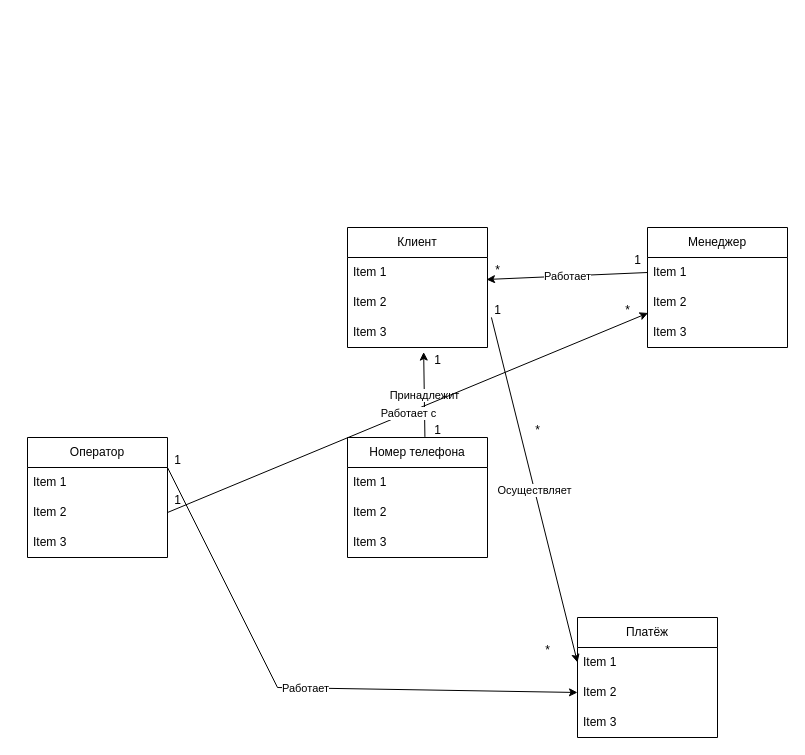
Earlier version of the draw.io diagram Диаграмма без названия.drawio (Esternit/DBHomework). Source tidied: cells renumbered, new cells numbered last; positions are measured from the earlier drawing's top-left corner, leaving out a move shared by most shapes. Both pictures are drawn from the tidied source at 100%, with x=0, y=0 at pixel (27, 227).
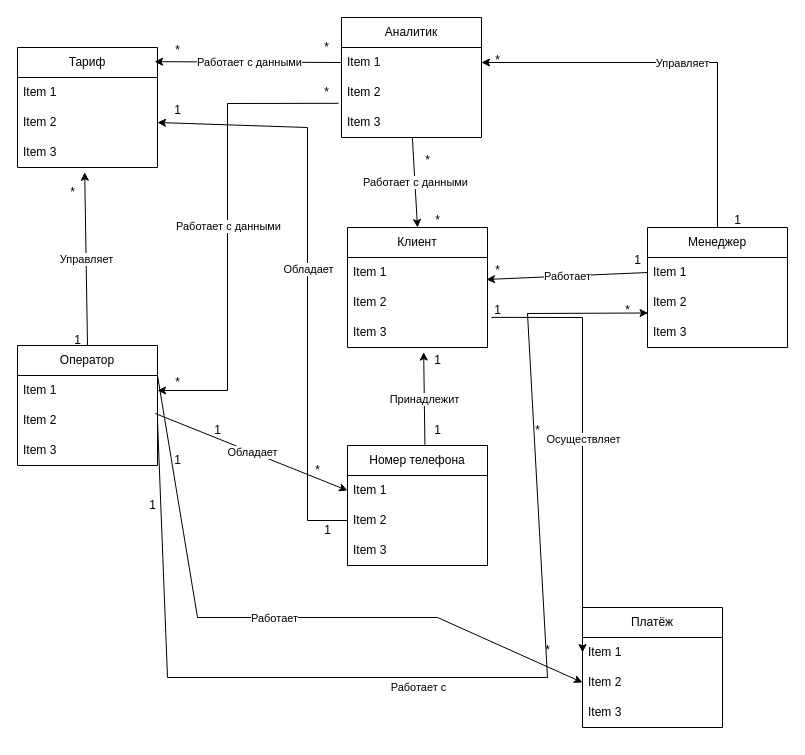
The same diagram, later.

The change refers to these unchanged cells:
```xml
<mxCell id="2" value="Клиент" style="swimlane;fontStyle=0;horizontal=1;startSize=30;whiteSpace=wrap;html=1;" parent="1" vertex="1">
  <mxGeometry x="320" width="140" height="120" as="geometry" />
</mxCell>
<mxCell id="5" value="Item 3" style="text;strokeColor=none;fillColor=none;align=left;verticalAlign=middle;spacingLeft=4;spacingRight=4;overflow=hidden;points=[[0,0.5],[1,0.5]];portConstraint=eastwest;whiteSpace=wrap;html=1;" parent="2" vertex="1">
  <mxGeometry y="90" width="140" height="30" as="geometry" />
</mxCell>
<mxCell id="6" value="Менеджер" style="swimlane;fontStyle=0;horizontal=1;startSize=30;whiteSpace=wrap;html=1;" parent="1" vertex="1">
  <mxGeometry x="620" width="140" height="120" as="geometry" />
</mxCell>
<mxCell id="8" value="Item 2" style="text;strokeColor=none;fillColor=none;align=left;verticalAlign=middle;spacingLeft=4;spacingRight=4;overflow=hidden;points=[[0,0.5],[1,0.5]];portConstraint=eastwest;whiteSpace=wrap;html=1;" parent="6" vertex="1">
  <mxGeometry y="60" width="140" height="30" as="geometry" />
</mxCell>
<mxCell id="15" value="Item 1" style="text;strokeColor=none;fillColor=none;align=left;verticalAlign=middle;spacingLeft=4;spacingRight=4;overflow=hidden;points=[[0,0.5],[1,0.5]];portConstraint=eastwest;whiteSpace=wrap;html=1;" parent="14" vertex="1">
  <mxGeometry y="30" width="140" height="30" as="geometry" />
</mxCell>
<mxCell id="16" value="Item 2" style="text;strokeColor=none;fillColor=none;align=left;verticalAlign=middle;spacingLeft=4;spacingRight=4;overflow=hidden;points=[[0,0.5],[1,0.5]];portConstraint=eastwest;whiteSpace=wrap;html=1;" parent="14" vertex="1">
  <mxGeometry y="60" width="140" height="30" as="geometry" />
</mxCell>
<mxCell id="23" value="Item 1" style="text;strokeColor=none;fillColor=none;align=left;verticalAlign=middle;spacingLeft=4;spacingRight=4;overflow=hidden;points=[[0,0.5],[1,0.5]];portConstraint=eastwest;whiteSpace=wrap;html=1;" parent="22" vertex="1">
  <mxGeometry y="30" width="140" height="30" as="geometry" />
</mxCell>
<mxCell id="24" value="Item 2" style="text;strokeColor=none;fillColor=none;align=left;verticalAlign=middle;spacingLeft=4;spacingRight=4;overflow=hidden;points=[[0,0.5],[1,0.5]];portConstraint=eastwest;whiteSpace=wrap;html=1;" parent="22" vertex="1">
  <mxGeometry y="60" width="140" height="30" as="geometry" />
</mxCell>
<mxCell id="31" value="Item 1" style="text;strokeColor=none;fillColor=none;align=left;verticalAlign=middle;spacingLeft=4;spacingRight=4;overflow=hidden;points=[[0,0.5],[1,0.5]];portConstraint=eastwest;whiteSpace=wrap;html=1;" parent="30" vertex="1">
  <mxGeometry y="30" width="140" height="30" as="geometry" />
</mxCell>
<mxCell id="32" value="Item 2" style="text;strokeColor=none;fillColor=none;align=left;verticalAlign=middle;spacingLeft=4;spacingRight=4;overflow=hidden;points=[[0,0.5],[1,0.5]];portConstraint=eastwest;whiteSpace=wrap;html=1;" parent="30" vertex="1">
  <mxGeometry y="60" width="140" height="30" as="geometry" />
</mxCell>
```

The edit, as a diff of the source:
```diff
@@
     <mxCell id="14" value="Платёж" style="swimlane;fontStyle=0;horizontal=1;startSize=30;whiteSpace=wrap;html=1;" parent="1" vertex="1">
-      <mxGeometry x="550" y="390" width="140" height="120" as="geometry" />
+      <mxGeometry x="555" y="380" width="140" height="120" as="geometry" />
     </mxCell>
@@
     <mxCell id="18" style="endArrow=classic;html=1;rounded=0;entryX=0;entryY=0.5;entryDx=0;entryDy=0;exitX=1.028;exitY=-0.004;exitDx=0;exitDy=0;exitPerimeter=0;" parent="1" edge="1" source="5" target="15">
-      <mxGeometry relative="1" as="geometry" />
+      <mxGeometry relative="1" as="geometry">
+        <Array as="points">
+          <mxPoint x="555" y="90" />
+        </Array>
+      </mxGeometry>
     </mxCell>
@@
     <mxCell id="22" value="Номер телефона" style="swimlane;fontStyle=0;horizontal=1;startSize=30;whiteSpace=wrap;html=1;" parent="1" vertex="1">
-      <mxGeometry x="320" y="210" width="140" height="120" as="geometry" />
+      <mxGeometry x="320" y="218" width="140" height="120" as="geometry" />
     </mxCell>
@@
     <mxCell id="30" value="Оператор" style="swimlane;fontStyle=0;horizontal=1;startSize=30;whiteSpace=wrap;html=1;" parent="1" vertex="1">
-      <mxGeometry y="210" width="140" height="120" as="geometry" />
+      <mxGeometry x="-10" y="118" width="140" height="120" as="geometry" />
     </mxCell>
@@
     <mxCell id="34" style="endArrow=classic;html=1;rounded=0;exitX=1;exitY=0.25;exitDx=0;exitDy=0;entryX=0;entryY=0.5;entryDx=0;entryDy=0;" parent="1" edge="1" source="30" target="16">
       <mxGeometry relative="1" as="geometry">
         <Array as="points">
-          <mxPoint x="250" y="460" />
+          <mxPoint x="170" y="390" />
+          <mxPoint x="410" y="390" />
         </Array>
       </mxGeometry>
     </mxCell>
@@
     <mxCell id="38" style="endArrow=classic;html=1;rounded=0;entryX=0.004;entryY=0.85;entryDx=0;entryDy=0;entryPerimeter=0;exitX=1;exitY=0.5;exitDx=0;exitDy=0;" parent="1" edge="1" source="32" target="8">
-      <mxGeometry relative="1" as="geometry" />
+      <mxGeometry relative="1" as="geometry">
+        <Array as="points">
+          <mxPoint x="140" y="450" />
+          <mxPoint x="520" y="450" />
+          <mxPoint x="500" y="86" />
+        </Array>
+      </mxGeometry>
     </mxCell>
     <mxCell id="39" value="Работает с" style="edgeLabel;html=1;align=center;verticalAlign=middle;" parent="38" vertex="1">
-      <mxGeometry relative="1" as="geometry" />
+      <mxGeometry relative="1" as="geometry">
+        <mxPoint x="-53" y="9" as="offset" />
+      </mxGeometry>
     </mxCell>
     <mxCell id="40" value="1" style="text;html=1;align=center;verticalAlign=middle;strokeColor=none;fillColor=none;" parent="1" vertex="1">
-      <mxGeometry x="135" y="258" width="30" height="30" as="geometry" />
+      <mxGeometry x="110" y="263" width="30" height="30" as="geometry" />
     </mxCell>
@@
+    <mxCell id="42" value="Тариф" style="swimlane;fontStyle=0;horizontal=1;startSize=30;whiteSpace=wrap;html=1;" parent="1" vertex="1">
+      <mxGeometry x="-10" y="-180" width="140" height="120" as="geometry" />
+    </mxCell>
+    <mxCell id="43" value="Item 1" style="text;strokeColor=none;fillColor=none;align=left;verticalAlign=middle;spacingLeft=4;spacingRight=4;overflow=hidden;whiteSpace=wrap;html=1;" parent="42" vertex="1">
+      <mxGeometry y="30" width="140" height="30" as="geometry" />
+    </mxCell>
+    <mxCell id="44" value="Item 2" style="text;strokeColor=none;fillColor=none;align=left;verticalAlign=middle;spacingLeft=4;spacingRight=4;overflow=hidden;points=[[0,0.5],[1,0.5]];portConstraint=eastwest;whiteSpace=wrap;html=1;" parent="42" vertex="1">
+      <mxGeometry y="60" width="140" height="30" as="geometry" />
+    </mxCell>
+    <mxCell id="45" value="Item 3" style="text;strokeColor=none;fillColor=none;align=left;verticalAlign=middle;spacingLeft=4;spacingRight=4;overflow=hidden;points=[[0,0.5],[1,0.5]];portConstraint=eastwest;whiteSpace=wrap;html=1;" parent="42" vertex="1">
+      <mxGeometry y="90" width="140" height="30" as="geometry" />
+    </mxCell>
+    <mxCell id="46" style="endArrow=classic;html=1;rounded=0;entryX=0.48;entryY=1.159;entryDx=0;entryDy=0;exitX=0.5;exitY=0;exitDx=0;exitDy=0;entryPerimeter=0;" parent="1" edge="1" source="30" target="45">
+      <mxGeometry relative="1" as="geometry" />
+    </mxCell>
+    <mxCell id="47" value="Управляет" style="edgeLabel;html=1;align=center;verticalAlign=middle;" parent="46" vertex="1">
+      <mxGeometry relative="1" as="geometry" />
+    </mxCell>
+    <mxCell id="48" value="1" style="text;html=1;align=center;verticalAlign=middle;strokeColor=none;fillColor=none;" parent="1" vertex="1">
+      <mxGeometry x="35" y="98" width="30" height="30" as="geometry" />
+    </mxCell>
+    <mxCell id="49" value="*" style="text;html=1;align=center;verticalAlign=middle;strokeColor=none;fillColor=none;" parent="1" vertex="1">
+      <mxGeometry x="30" y="-50" width="30" height="30" as="geometry" />
+    </mxCell>
+    <mxCell id="50" style="endArrow=classic;html=1;rounded=0;entryX=0;entryY=0.5;entryDx=0;entryDy=0;exitX=0.984;exitY=0.267;exitDx=0;exitDy=0;exitPerimeter=0;" parent="1" edge="1" source="32" target="23">
+      <mxGeometry relative="1" as="geometry" />
+    </mxCell>
+    <mxCell id="51" value="Обладает" style="edgeLabel;html=1;align=center;verticalAlign=middle;" parent="50" vertex="1">
+      <mxGeometry relative="1" as="geometry" />
+    </mxCell>
+    <mxCell id="52" value="1" style="text;html=1;align=center;verticalAlign=middle;strokeColor=none;fillColor=none;" parent="1" vertex="1">
+      <mxGeometry x="175" y="188" width="30" height="30" as="geometry" />
+    </mxCell>
+    <mxCell id="53" value="*" style="text;html=1;align=center;verticalAlign=middle;strokeColor=none;fillColor=none;" parent="1" vertex="1">
+      <mxGeometry x="275" y="228" width="30" height="30" as="geometry" />
+    </mxCell>
+    <mxCell id="54" value="Аналитик" style="swimlane;fontStyle=0;horizontal=1;startSize=30;whiteSpace=wrap;html=1;" parent="1" vertex="1">
+      <mxGeometry x="314" y="-210" width="140" height="120" as="geometry" />
+    </mxCell>
+    <mxCell id="55" value="Item 1" style="text;strokeColor=none;fillColor=none;align=left;verticalAlign=middle;spacingLeft=4;spacingRight=4;overflow=hidden;points=[[0,0.5],[1,0.5]];portConstraint=eastwest;whiteSpace=wrap;html=1;" parent="54" vertex="1">
+      <mxGeometry y="30" width="140" height="30" as="geometry" />
+    </mxCell>
+    <mxCell id="56" value="Item 2" style="text;strokeColor=none;fillColor=none;align=left;verticalAlign=middle;spacingLeft=4;spacingRight=4;overflow=hidden;whiteSpace=wrap;html=1;" parent="54" vertex="1">
+      <mxGeometry y="60" width="140" height="30" as="geometry" />
+    </mxCell>
+    <mxCell id="57" value="Item 3" style="text;strokeColor=none;fillColor=none;align=left;verticalAlign=middle;spacingLeft=4;spacingRight=4;overflow=hidden;points=[[0,0.5],[1,0.5]];portConstraint=eastwest;whiteSpace=wrap;html=1;" parent="54" vertex="1">
+      <mxGeometry y="90" width="140" height="30" as="geometry" />
+    </mxCell>
+    <mxCell id="58" style="endArrow=classic;html=1;rounded=0;entryX=1;entryY=0.5;entryDx=0;entryDy=0;exitX=-0.021;exitY=-0.14;exitDx=0;exitDy=0;exitPerimeter=0;" parent="1" edge="1" source="57" target="31">
+      <mxGeometry relative="1" as="geometry">
+        <Array as="points">
+          <mxPoint x="200" y="-124" />
+          <mxPoint x="200" y="163" />
+        </Array>
+      </mxGeometry>
+    </mxCell>
+    <mxCell id="59" value="Работает с данными" style="edgeLabel;html=1;align=center;verticalAlign=middle;" parent="58" vertex="1">
+      <mxGeometry relative="1" as="geometry" />
+    </mxCell>
+    <mxCell id="60" value="*" style="text;html=1;align=center;verticalAlign=middle;strokeColor=none;fillColor=none;" parent="1" vertex="1">
+      <mxGeometry x="284" y="-150" width="30" height="30" as="geometry" />
+    </mxCell>
+    <mxCell id="61" value="*" style="text;html=1;align=center;verticalAlign=middle;strokeColor=none;fillColor=none;" parent="1" vertex="1">
+      <mxGeometry x="135" y="140" width="30" height="30" as="geometry" />
+    </mxCell>
+    <mxCell id="62" style="endArrow=classic;html=1;rounded=0;entryX=0.979;entryY=0.118;entryDx=0;entryDy=0;entryPerimeter=0;exitX=0;exitY=0.5;exitDx=0;exitDy=0;" parent="1" edge="1" source="55" target="42">
+      <mxGeometry relative="1" as="geometry" />
+    </mxCell>
+    <mxCell id="63" value="Работает с данными" style="edgeLabel;html=1;align=center;verticalAlign=middle;" parent="62" vertex="1">
+      <mxGeometry relative="1" as="geometry" />
+    </mxCell>
+    <mxCell id="64" value="*" style="text;html=1;align=center;verticalAlign=middle;strokeColor=none;fillColor=none;" parent="1" vertex="1">
+      <mxGeometry x="284" y="-195" width="30" height="30" as="geometry" />
+    </mxCell>
+    <mxCell id="65" value="*" style="text;html=1;align=center;verticalAlign=middle;strokeColor=none;fillColor=none;" parent="1" vertex="1">
+      <mxGeometry x="135" y="-192" width="30" height="30" as="geometry" />
+    </mxCell>
+    <mxCell id="66" style="endArrow=classic;html=1;rounded=0;entryX=1;entryY=0.5;entryDx=0;entryDy=0;exitX=0;exitY=0.5;exitDx=0;exitDy=0;" parent="1" edge="1" source="24" target="44">
+      <mxGeometry relative="1" as="geometry">
+        <Array as="points">
+          <mxPoint x="280" y="293" />
+          <mxPoint x="280" y="-100" />
+        </Array>
+      </mxGeometry>
+    </mxCell>
+    <mxCell id="67" value="Обладает" style="edgeLabel;html=1;align=center;verticalAlign=middle;" parent="66" vertex="1">
+      <mxGeometry relative="1" as="geometry" />
+    </mxCell>
+    <mxCell id="68" value="1" style="text;html=1;align=center;verticalAlign=middle;strokeColor=none;fillColor=none;" parent="1" vertex="1">
+      <mxGeometry x="285" y="288" width="30" height="30" as="geometry" />
+    </mxCell>
+    <mxCell id="69" value="1" style="text;html=1;align=center;verticalAlign=middle;strokeColor=none;fillColor=none;" parent="1" vertex="1">
+      <mxGeometry x="135" y="-132" width="30" height="30" as="geometry" />
+    </mxCell>
+    <mxCell id="70" style="endArrow=classic;html=1;rounded=0;entryX=0.5;entryY=0;entryDx=0;entryDy=0;" parent="1" edge="1" source="57" target="2">
+      <mxGeometry relative="1" as="geometry" />
+    </mxCell>
+    <mxCell id="71" value="Работает с данными" style="edgeLabel;html=1;align=center;verticalAlign=middle;" parent="70" vertex="1">
+      <mxGeometry relative="1" as="geometry" />
+    </mxCell>
+    <mxCell id="72" value="*" style="text;html=1;align=center;verticalAlign=middle;strokeColor=none;fillColor=none;" parent="1" vertex="1">
+      <mxGeometry x="385" y="-82" width="30" height="30" as="geometry" />
+    </mxCell>
+    <mxCell id="73" value="*" style="text;html=1;align=center;verticalAlign=middle;strokeColor=none;fillColor=none;" parent="1" vertex="1">
+      <mxGeometry x="395" y="-22" width="30" height="30" as="geometry" />
+    </mxCell>
+    <mxCell id="74" style="endArrow=classic;html=1;rounded=0;entryX=1;entryY=0.5;entryDx=0;entryDy=0;exitX=0.5;exitY=0;exitDx=0;exitDy=0;" parent="1" edge="1" source="6" target="55">
+      <mxGeometry relative="1" as="geometry">
+        <Array as="points">
+          <mxPoint x="690" y="-165" />
+        </Array>
+      </mxGeometry>
+    </mxCell>
+    <mxCell id="75" value="Управляет" style="edgeLabel;html=1;align=center;verticalAlign=middle;" parent="74" vertex="1">
+      <mxGeometry relative="1" as="geometry" />
+    </mxCell>
+    <mxCell id="76" value="1" style="text;html=1;align=center;verticalAlign=middle;strokeColor=none;fillColor=none;" parent="1" vertex="1">
+      <mxGeometry x="695" y="-22" width="30" height="30" as="geometry" />
+    </mxCell>
+    <mxCell id="77" value="*" style="text;html=1;align=center;verticalAlign=middle;strokeColor=none;fillColor=none;" parent="1" vertex="1">
+      <mxGeometry x="455" y="-182" width="30" height="30" as="geometry" />
+    </mxCell>
```
